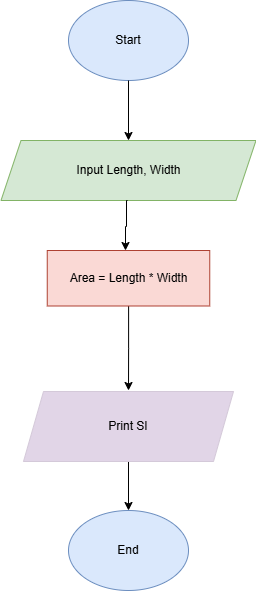
The draw.io diagram images/exercise7.png in Halamohamed/Workshops-Algorithm-Flowchart, before a commit. Source tidied: cells renumbered, new cells last; positions are measured from the earlier drawing's top-left corner, leaving out a move shared by most shapes.
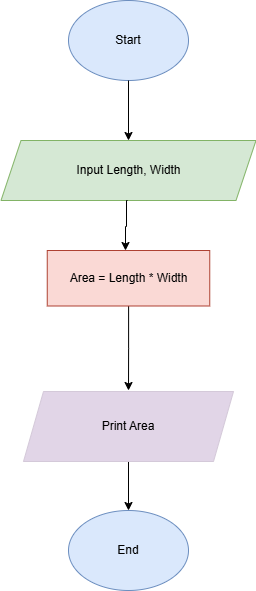
Above is the later version.

What changed in the source:
```diff
@@ -16,7 +16,7 @@
     <mxCell id="5" style="edgeStyle=orthogonalEdgeStyle;rounded=0;jettySize=auto;html=1;entryX=0.5;entryY=0;entryDx=0;entryDy=0;" parent="1" edge="1" source="6" target="3">
       <mxGeometry relative="1" as="geometry" />
     </mxCell>
-    <mxCell id="6" value="Print SI" style="shape=parallelogram;perimeter=parallelogramPerimeter;whiteSpace=wrap;html=1;fixedSize=1;fillColor=#e1d5e7;strokeColor=light-dark(#d4c9d9, #9577a3);" parent="1" vertex="1">
+    <mxCell id="6" value="Print Area" style="shape=parallelogram;perimeter=parallelogramPerimeter;whiteSpace=wrap;html=1;fixedSize=1;fillColor=#e1d5e7;strokeColor=light-dark(#d4c9d9, #9577a3);" parent="1" vertex="1">
       <mxGeometry x="22" y="391" width="210" height="70" as="geometry" />
     </mxCell>
     <mxCell id="7" value="Input Length, Width" style="shape=parallelogram;perimeter=parallelogramPerimeter;whiteSpace=wrap;html=1;fixedSize=1;fillColor=#d5e8d4;strokeColor=#82b366;" parent="1" vertex="1">
```
